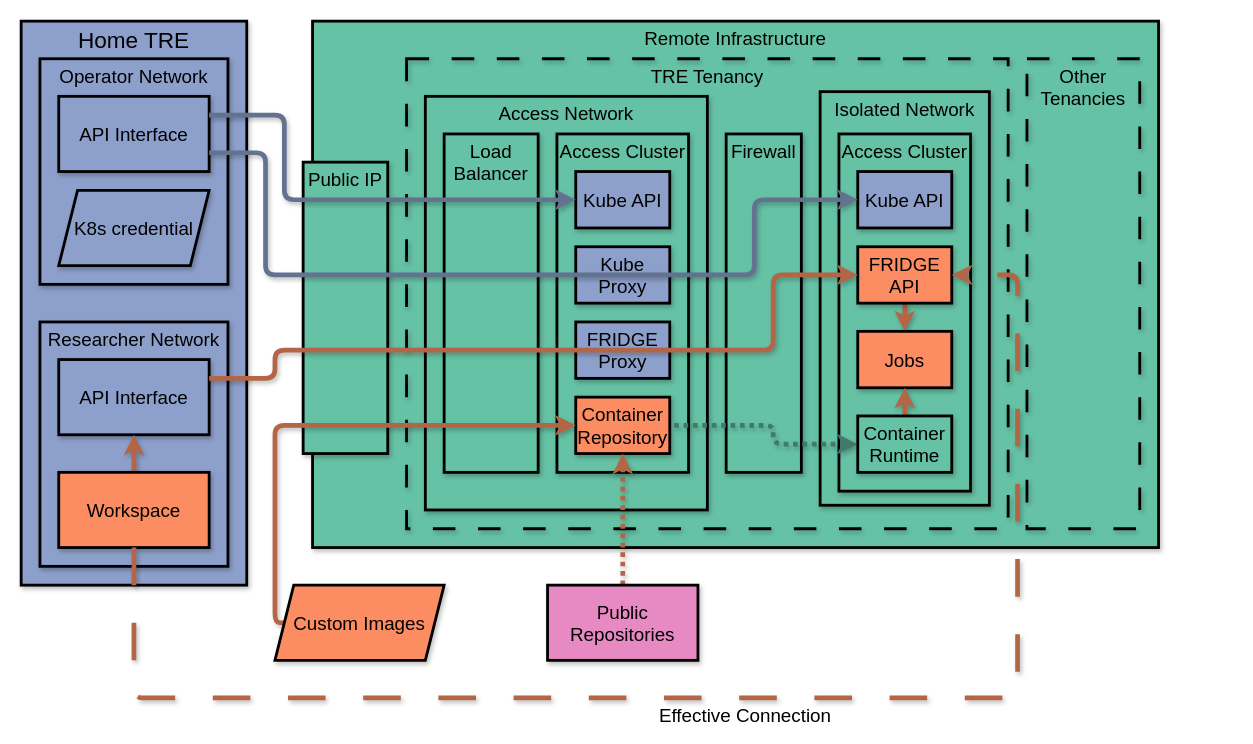
The draw.io diagram docs/static/high_level.drawio in alan-turing-institute/fridge, before the edit. Source tidied: cells renumbered, new cells numbered last; positions are measured from the earlier drawing's top-left corner, leaving out a move shared by most shapes. Both pictures are drawn from the tidied source at 94%, with x=0, y=0 at pixel (21, 21).
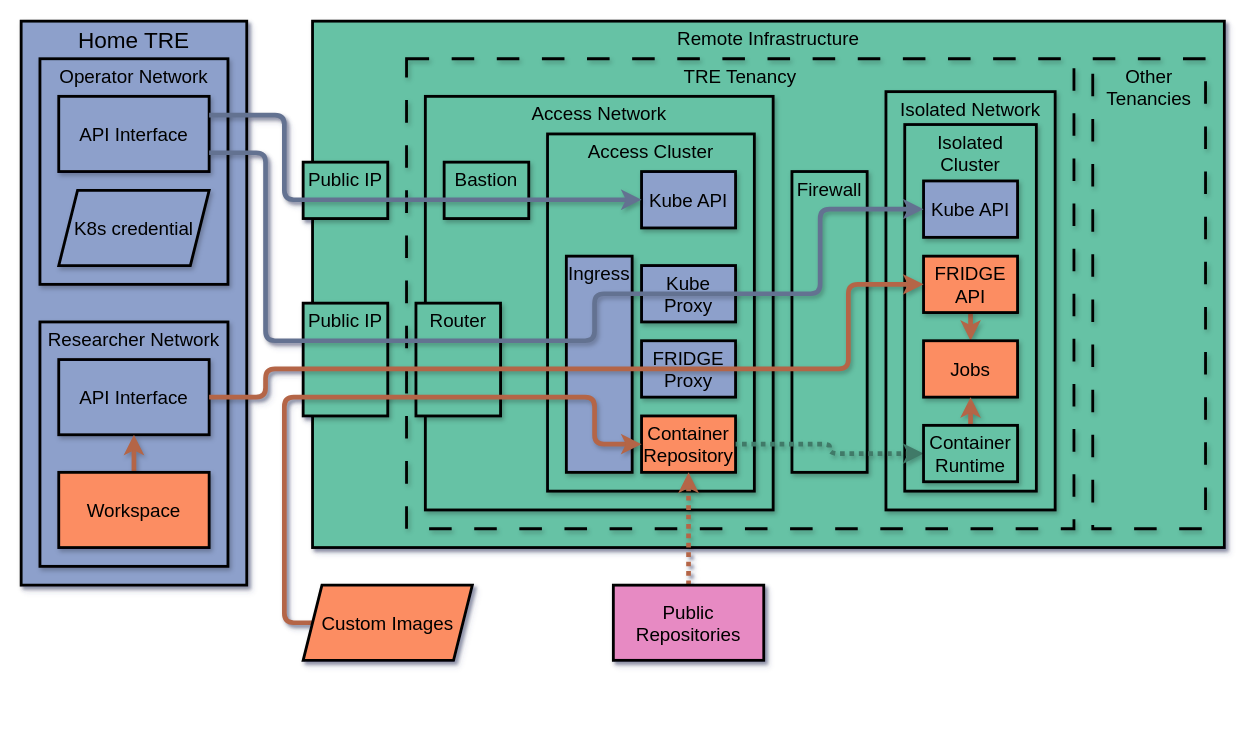
After the change.

Unchanged cells that the change refers to:
```xml
<mxCell id="8" value="API Interface" style="rounded=0;whiteSpace=wrap;html=1;fontSize=20;verticalAlign=middle;strokeWidth=3;fillColor=#8DA0CB;shadow=1;" parent="1" vertex="1">
  <mxGeometry x="40" y="80" width="160" height="80" as="geometry" />
</mxCell>
<mxCell id="10" value="API Interface" style="rounded=0;whiteSpace=wrap;html=1;fontSize=20;verticalAlign=middle;strokeWidth=3;fillColor=#8DA0CB;shadow=1;" parent="1" vertex="1">
  <mxGeometry x="40" y="360" width="160" height="80" as="geometry" />
</mxCell>
<mxCell id="12" value="Workspace" style="rounded=0;whiteSpace=wrap;html=1;fontSize=20;verticalAlign=middle;strokeWidth=3;fillColor=#FC8D62;shadow=1;" parent="1" vertex="1">
  <mxGeometry x="40" y="480" width="160" height="80" as="geometry" />
</mxCell>
```

The edit, as a diff of the source:
```diff
@@
-<mxGraphModel>
+<mxGraphModel shadow="1">
@@
     <mxCell id="3" value="&lt;font&gt;Remote Infrastructure&lt;/font&gt;" style="rounded=0;whiteSpace=wrap;html=1;verticalAlign=top;fontSize=20;fillColor=#66C2A5;strokeWidth=3;strokeColor=default;align=center;fontFamily=Helvetica;fontColor=default;shadow=1;" parent="1" vertex="1">
-      <mxGeometry x="310" width="900" height="560" as="geometry" />
+      <mxGeometry x="310" width="970" height="560" as="geometry" />
     </mxCell>
     <mxCell id="4" value="TRE Tenancy" style="rounded=0;whiteSpace=wrap;html=1;fontSize=20;verticalAlign=top;fillColor=none;dashed=1;dashPattern=8 8;strokeWidth=3;glass=0;shadow=1;" parent="1" vertex="1">
-      <mxGeometry x="410" y="40" width="640" height="500" as="geometry" />
+      <mxGeometry x="410" y="40" width="710" height="500" as="geometry" />
     </mxCell>
     <mxCell id="5" value="Other Tenancies" style="rounded=0;whiteSpace=wrap;html=1;fontSize=20;verticalAlign=top;fillColor=none;strokeWidth=3;dashed=1;dashPattern=8 8;shadow=1;" parent="1" vertex="1">
-      <mxGeometry x="1070" y="40" width="120" height="500" as="geometry" />
+      <mxGeometry x="1140" y="40" width="120" height="500" as="geometry" />
     </mxCell>
@@
     <mxCell id="13" value="Public IP" style="rounded=0;whiteSpace=wrap;html=1;fontSize=20;strokeWidth=3;fillColor=#66C2A5;verticalAlign=top;shadow=1;" parent="1" vertex="1">
-      <mxGeometry x="300" y="150" width="90" height="310" as="geometry" />
+      <mxGeometry x="300" y="300" width="90" height="120" as="geometry" />
     </mxCell>
     <mxCell id="14" value="Access Network" style="rounded=0;whiteSpace=wrap;html=1;strokeWidth=3;fontSize=20;verticalAlign=top;fillColor=#66C2A5;shadow=1;" parent="1" vertex="1">
-      <mxGeometry x="430" y="80" width="300" height="440" as="geometry" />
+      <mxGeometry x="430" y="80" width="370" height="440" as="geometry" />
     </mxCell>
     <mxCell id="15" value="Isolated Network" style="rounded=0;whiteSpace=wrap;html=1;strokeWidth=3;fontSize=20;verticalAlign=top;fillColor=#66C2A5;shadow=1;" parent="1" vertex="1">
-      <mxGeometry x="850" y="75" width="180" height="440" as="geometry" />
+      <mxGeometry x="920" y="75" width="180" height="445" as="geometry" />
     </mxCell>
+    <mxCell id="17" value="Access Cluster" style="rounded=0;whiteSpace=wrap;html=1;strokeWidth=3;fontSize=20;verticalAlign=top;fillColor=#66C2A5;shadow=1;" parent="1" vertex="1">
+      <mxGeometry x="560" y="120" width="220" height="380" as="geometry" />
+    </mxCell>
-    <mxCell id="16" value="Load Balancer" style="rounded=0;whiteSpace=wrap;html=1;strokeWidth=3;fontSize=20;verticalAlign=top;fillColor=#66C2A5;shadow=1;" parent="1" vertex="1">
-      <mxGeometry x="450" y="120" width="100" height="360" as="geometry" />
+    <mxCell id="16" value="Ingress" style="rounded=0;whiteSpace=wrap;html=1;strokeWidth=3;fontSize=20;verticalAlign=top;fillColor=#8DA0CB;shadow=1;" parent="1" vertex="1">
+      <mxGeometry x="580" y="250" width="70" height="230" as="geometry" />
     </mxCell>
-    <mxCell id="17" value="Access Cluster" style="rounded=0;whiteSpace=wrap;html=1;strokeWidth=3;fontSize=20;verticalAlign=top;fillColor=#66C2A5;shadow=1;" parent="1" vertex="1">
-      <mxGeometry x="570" y="120" width="140" height="360" as="geometry" />
-    </mxCell>
     <mxCell id="18" value="Kube API" style="rounded=0;whiteSpace=wrap;html=1;strokeWidth=3;fontSize=20;fillColor=#8DA0CB;shadow=1;" parent="1" vertex="1">
-      <mxGeometry x="590" y="160" width="100" height="60" as="geometry" />
+      <mxGeometry x="660" y="160" width="100" height="60" as="geometry" />
     </mxCell>
     <mxCell id="19" value="Kube Proxy" style="rounded=0;whiteSpace=wrap;html=1;strokeWidth=3;fontSize=20;fillColor=#8DA0CB;shadow=1;" parent="1" vertex="1">
-      <mxGeometry x="590" y="240" width="100" height="60" as="geometry" />
+      <mxGeometry x="660" y="260" width="100" height="60" as="geometry" />
     </mxCell>
     <mxCell id="20" value="FRIDGE Proxy" style="rounded=0;whiteSpace=wrap;html=1;strokeWidth=3;fontSize=20;fillColor=#8DA0CB;shadow=1;" parent="1" vertex="1">
-      <mxGeometry x="590" y="320" width="100" height="60" as="geometry" />
+      <mxGeometry x="660" y="340" width="100" height="60" as="geometry" />
     </mxCell>
     <mxCell id="21" value="Container Repository" style="rounded=0;whiteSpace=wrap;html=1;strokeWidth=3;fontSize=20;fillColor=#FC8D62;shadow=1;" parent="1" vertex="1">
-      <mxGeometry x="590" y="400" width="100" height="60" as="geometry" />
+      <mxGeometry x="660" y="420" width="100" height="60" as="geometry" />
     </mxCell>
     <mxCell id="22" value="Firewall" style="rounded=0;whiteSpace=wrap;html=1;fontSize=20;verticalAlign=top;strokeWidth=3;fillColor=#66C2A5;shadow=1;" parent="1" vertex="1">
-      <mxGeometry x="750" y="120" width="80" height="360" as="geometry" />
+      <mxGeometry x="820" y="160" width="80" height="320" as="geometry" />
     </mxCell>
-    <mxCell id="23" value="Access Cluster" style="rounded=0;whiteSpace=wrap;html=1;strokeWidth=3;fontSize=20;verticalAlign=top;fillColor=#66C2A5;shadow=1;" parent="1" vertex="1">
-      <mxGeometry x="870" y="120" width="140" height="380" as="geometry" />
+    <mxCell id="23" value="Isolated Cluster" style="rounded=0;whiteSpace=wrap;html=1;strokeWidth=3;fontSize=20;verticalAlign=top;fillColor=#66C2A5;shadow=1;" parent="1" vertex="1">
+      <mxGeometry x="940" y="110" width="140" height="390" as="geometry" />
     </mxCell>
     <mxCell id="24" value="Kube API" style="rounded=0;whiteSpace=wrap;html=1;strokeWidth=3;fontSize=20;fillColor=#8DA0CB;shadow=1;" parent="1" vertex="1">
-      <mxGeometry x="890" y="160" width="100" height="60" as="geometry" />
+      <mxGeometry x="960" y="170" width="100" height="60" as="geometry" />
     </mxCell>
@@
     <mxCell id="26" value="FRIDGE API" style="rounded=0;whiteSpace=wrap;html=1;strokeWidth=3;fontSize=20;fillColor=#FC8D62;shadow=1;" parent="1" vertex="1">
-      <mxGeometry x="890" y="240" width="100" height="60" as="geometry" />
+      <mxGeometry x="960" y="250" width="100" height="60" as="geometry" />
     </mxCell>
     <mxCell id="27" value="Jobs" style="rounded=0;whiteSpace=wrap;html=1;strokeWidth=3;fontSize=20;fillColor=#FC8D62;shadow=1;" parent="1" vertex="1">
-      <mxGeometry x="890" y="330" width="100" height="60" as="geometry" />
+      <mxGeometry x="960" y="340" width="100" height="60" as="geometry" />
     </mxCell>
-    <mxCell id="28" style="edgeStyle=orthogonalEdgeStyle;rounded=1;jettySize=auto;html=1;exitX=0;exitY=0.5;exitDx=0;exitDy=0;entryX=1;entryY=0.5;entryDx=0;entryDy=0;fontFamily=Helvetica;fontSize=20;fontColor=default;strokeColor=#407A68;strokeWidth=5;curved=0;startArrow=classic;startFill=1;endArrow=none;endFill=0;dashed=1;dashPattern=1 1;shadow=1;" parent="1" edge="1" source="30" target="21">
-      <mxGeometry relative="1" as="geometry">
-        <Array as="points">
-          <mxPoint x="800" y="450" />
-          <mxPoint x="800" y="430" />
-        </Array>
-      </mxGeometry>
+    <mxCell id="28" style="edgeStyle=orthogonalEdgeStyle;rounded=1;jettySize=auto;html=1;entryX=1;entryY=0.5;entryDx=0;entryDy=0;fontFamily=Helvetica;fontSize=20;fontColor=default;strokeColor=#407A68;strokeWidth=5;curved=0;startArrow=classic;startFill=1;endArrow=none;endFill=0;dashed=1;dashPattern=1 1;shadow=1;" parent="1" edge="1" source="30" target="21">
+      <mxGeometry relative="1" as="geometry" />
     </mxCell>
@@
     <mxCell id="30" value="Container Runtime" style="rounded=0;whiteSpace=wrap;html=1;strokeWidth=3;fontSize=20;fillColor=#66C2A5;shadow=1;" parent="1" vertex="1">
-      <mxGeometry x="890" y="420" width="100" height="60" as="geometry" />
+      <mxGeometry x="960" y="430" width="100" height="60" as="geometry" />
     </mxCell>
+    <mxCell id="39" value="Router" style="rounded=0;whiteSpace=wrap;html=1;strokeWidth=3;fontSize=20;verticalAlign=top;fillColor=#66C2A5;shadow=1;" parent="1" vertex="1">
+      <mxGeometry x="420" y="300" width="90" height="120" as="geometry" />
+    </mxCell>
     <mxCell id="31" style="edgeStyle=orthogonalEdgeStyle;rounded=1;jettySize=auto;html=1;exitX=0;exitY=0.5;exitDx=0;exitDy=0;entryX=0;entryY=0.5;entryDx=0;entryDy=0;fontFamily=Helvetica;fontSize=20;fontColor=default;strokeColor=#B46546;strokeWidth=5;align=center;verticalAlign=middle;labelBackgroundColor=default;endArrow=classic;curved=0;shadow=1;" parent="1" edge="1" source="32" target="21">
       <mxGeometry relative="1" as="geometry">
         <Array as="points">
-          <mxPoint x="270" y="640" />
-          <mxPoint x="270" y="430" />
+          <mxPoint x="280" y="400" />
+          <mxPoint x="610" y="400" />
+          <mxPoint x="610" y="450" />
         </Array>
       </mxGeometry>
     </mxCell>
     <mxCell id="32" value="Custom Images" style="shape=parallelogram;perimeter=parallelogramPerimeter;whiteSpace=wrap;html=1;fixedSize=1;strokeWidth=3;fontSize=20;fillColor=#FC8D62;shadow=1;" parent="1" vertex="1">
-      <mxGeometry x="270" y="600" width="180" height="80" as="geometry" />
+      <mxGeometry x="300" y="600" width="180" height="80" as="geometry" />
     </mxCell>
@@
     <mxCell id="34" value="Public Repositories" style="rounded=0;whiteSpace=wrap;html=1;fontSize=20;strokeWidth=3;fillColor=#E78AC3;shadow=1;" parent="1" vertex="1">
-      <mxGeometry x="560" y="600" width="160" height="80" as="geometry" />
+      <mxGeometry x="630" y="600" width="160" height="80" as="geometry" />
     </mxCell>
-    <mxCell id="35" style="edgeStyle=orthogonalEdgeStyle;rounded=1;jettySize=auto;html=1;strokeWidth=5;curved=0;strokeColor=#647291;shadow=1;exitX=1;exitY=0.25;exitDx=0;exitDy=0;entryX=0;entryY=0.5;entryDx=0;entryDy=0;" parent="1" edge="1" source="8" target="18">
-      <mxGeometry relative="1" as="geometry">
-        <Array as="points">
-          <mxPoint x="280" y="100" />
-          <mxPoint x="280" y="190" />
-        </Array>
-      </mxGeometry>
-    </mxCell>
     <mxCell id="36" style="edgeStyle=orthogonalEdgeStyle;rounded=1;jettySize=auto;html=1;exitX=1;exitY=0.75;exitDx=0;exitDy=0;entryX=0;entryY=0.5;entryDx=0;entryDy=0;fontFamily=Helvetica;fontSize=11;fontColor=default;shadow=1;strokeColor=#647291;strokeWidth=5;align=center;verticalAlign=middle;labelBackgroundColor=default;endArrow=classic;curved=0;" parent="1" edge="1" source="8" target="24">
       <mxGeometry relative="1" as="geometry">
         <Array as="points">
           <mxPoint x="260" y="140" />
-          <mxPoint x="260" y="270" />
-          <mxPoint x="780" y="270" />
-          <mxPoint x="780" y="190" />
+          <mxPoint x="260" y="340" />
+          <mxPoint x="610" y="340" />
+          <mxPoint x="610" y="290" />
+          <mxPoint x="850" y="290" />
+          <mxPoint x="850" y="200" />
         </Array>
       </mxGeometry>
     </mxCell>
-    <mxCell id="37" style="edgeStyle=orthogonalEdgeStyle;rounded=1;jettySize=auto;html=1;exitX=1;exitY=0.25;exitDx=0;exitDy=0;entryX=0;entryY=0.5;entryDx=0;entryDy=0;fontFamily=Helvetica;fontSize=20;fontColor=default;strokeWidth=5;strokeColor=#B46546;curved=0;shadow=1;" parent="1" edge="1" source="10" target="26">
+    <mxCell id="37" style="edgeStyle=orthogonalEdgeStyle;rounded=1;jettySize=auto;html=1;exitX=1;exitY=0.5;exitDx=0;exitDy=0;fontFamily=Helvetica;fontSize=20;fontColor=default;strokeWidth=5;strokeColor=#B46546;curved=0;shadow=1;" parent="1" edge="1" source="10" target="26">
       <mxGeometry relative="1" as="geometry">
         <Array as="points">
-          <mxPoint x="270" y="380" />
-          <mxPoint x="270" y="350" />
-          <mxPoint x="800" y="350" />
-          <mxPoint x="800" y="270" />
+          <mxPoint x="260" y="400" />
+          <mxPoint x="260" y="370" />
+          <mxPoint x="880" y="370" />
+          <mxPoint x="880" y="280" />
         </Array>
       </mxGeometry>
     </mxCell>
-    <mxCell id="38" value="Effective Connection" style="edgeStyle=orthogonalEdgeStyle;rounded=1;jettySize=auto;html=1;exitX=0.5;exitY=1;exitDx=0;exitDy=0;entryX=1;entryY=0.5;entryDx=0;entryDy=0;fontFamily=Helvetica;fontSize=20;fontColor=default;strokeWidth=5;strokeColor=#B46546;curved=0;dashed=1;dashPattern=8 8;verticalAlign=top;align=center;labelBackgroundColor=none;shadow=1;" parent="1" edge="1" source="12" target="26">
-      <mxGeometry relative="1" as="geometry">
-        <Array as="points">
-          <mxPoint x="120" y="720" />
-          <mxPoint x="1060" y="720" />
-          <mxPoint x="1060" y="270" />
-        </Array>
-      </mxGeometry>
-    </mxCell>
+    <mxCell id="40" value="&lt;div&gt;Bastion&lt;/div&gt;" style="rounded=0;whiteSpace=wrap;html=1;strokeWidth=3;fontSize=20;verticalAlign=top;fillColor=#66C2A5;shadow=1;" parent="1" vertex="1">
+      <mxGeometry x="450" y="150" width="90" height="60" as="geometry" />
+    </mxCell>
+    <mxCell id="41" value="Public IP" style="rounded=0;whiteSpace=wrap;html=1;fontSize=20;strokeWidth=3;fillColor=#66C2A5;verticalAlign=top;shadow=1;" parent="1" vertex="1">
+      <mxGeometry x="300" y="150" width="90" height="60" as="geometry" />
+    </mxCell>
+    <mxCell id="35" style="edgeStyle=orthogonalEdgeStyle;rounded=1;jettySize=auto;html=1;strokeWidth=5;curved=0;strokeColor=#647291;shadow=1;exitX=1;exitY=0.25;exitDx=0;exitDy=0;entryX=0;entryY=0.5;entryDx=0;entryDy=0;" parent="1" edge="1" source="8" target="18">
+      <mxGeometry relative="1" as="geometry">
+        <Array as="points">
+          <mxPoint x="280" y="100" />
+          <mxPoint x="280" y="190" />
+        </Array>
+      </mxGeometry>
+    </mxCell>
```
